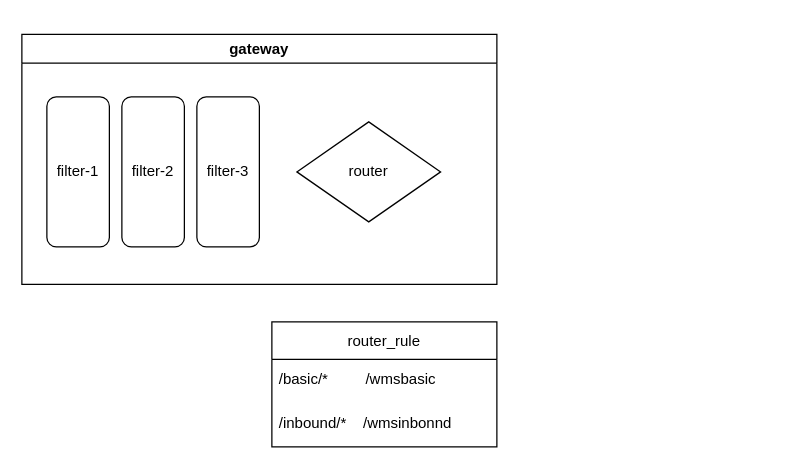
This is new_gateway.drawio from yindongjun/drawio-2, a draw.io file, before an edit. Source tidied: cells renumbered, new cells numbered last; positions are measured from the earlier drawing's top-left corner, leaving out a move shared by most shapes. Both pictures are drawn from the tidied source at 125%, with x=0, y=0 at pixel (21, 34).
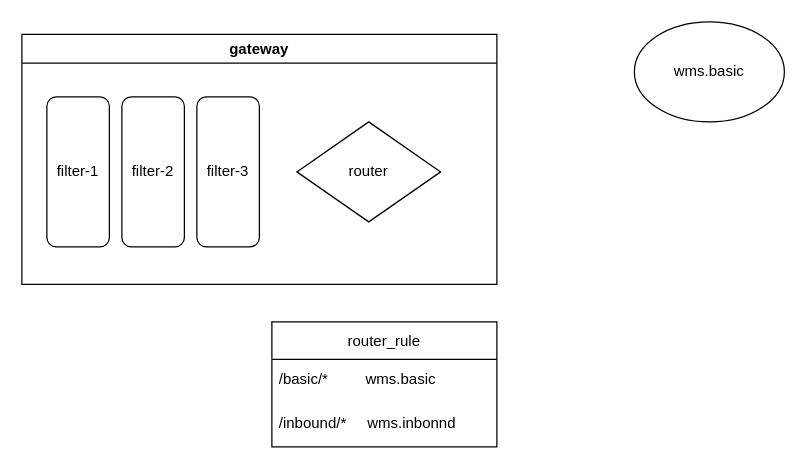
After the change.

Diff of the diagram source:
```diff
@@
 <mxGraphModel>
   <root>
     <mxCell id="0" />
     <mxCell id="1" parent="0" />
     <mxCell id="2" value="gateway" style="swimlane;" parent="1" vertex="1">
       <mxGeometry width="380" height="200" as="geometry" />
     </mxCell>
     <mxCell id="3" value="filter-1" style="rounded=1;whiteSpace=wrap;html=1;" parent="2" vertex="1">
       <mxGeometry x="20" y="50" width="50" height="120" as="geometry" />
     </mxCell>
     <mxCell id="4" value="filter-3" style="rounded=1;whiteSpace=wrap;html=1;" parent="2" vertex="1">
       <mxGeometry x="140" y="50" width="50" height="120" as="geometry" />
     </mxCell>
     <mxCell id="5" value="filter-2" style="rounded=1;whiteSpace=wrap;html=1;" parent="2" vertex="1">
       <mxGeometry x="80" y="50" width="50" height="120" as="geometry" />
     </mxCell>
     <mxCell id="6" value="router" style="rhombus;whiteSpace=wrap;html=1;" parent="2" vertex="1">
       <mxGeometry x="220" y="70" width="115" height="80" as="geometry" />
     </mxCell>
     <mxCell id="7" value="router_rule" style="swimlane;fontStyle=0;horizontal=1;startSize=30;" parent="1" vertex="1">
       <mxGeometry x="200" y="230" width="180" height="100" as="geometry" />
     </mxCell>
-    <mxCell id="8" value="/basic/*         /wmsbasic" style="text;strokeColor=none;fillColor=none;align=left;verticalAlign=middle;spacingLeft=4;spacingRight=4;overflow=hidden;" parent="7" vertex="1">
+    <mxCell id="8" value="/basic/*         wms.basic" style="text;strokeColor=none;fillColor=none;align=left;verticalAlign=middle;spacingLeft=4;spacingRight=4;overflow=hidden;" parent="7" vertex="1">
       <mxGeometry y="30" width="180" height="30" as="geometry" />
     </mxCell>
-    <mxCell id="9" value="/inbound/*    /wmsinbonnd" style="text;strokeColor=none;fillColor=none;align=left;verticalAlign=middle;spacingLeft=4;spacingRight=4;overflow=hidden;" parent="7" vertex="1">
+    <mxCell id="9" value="/inbound/*     wms.inbonnd" style="text;strokeColor=none;fillColor=none;align=left;verticalAlign=middle;spacingLeft=4;spacingRight=4;overflow=hidden;" parent="7" vertex="1">
       <mxGeometry y="60" width="180" height="40" as="geometry" />
     </mxCell>
+    <mxCell id="10" value="wms.basic" style="ellipse;whiteSpace=wrap;html=1;" parent="1" vertex="1">
+      <mxGeometry x="490" y="-10" width="120" height="80" as="geometry" />
+    </mxCell>
   </root>
 </mxGraphModel>
```
